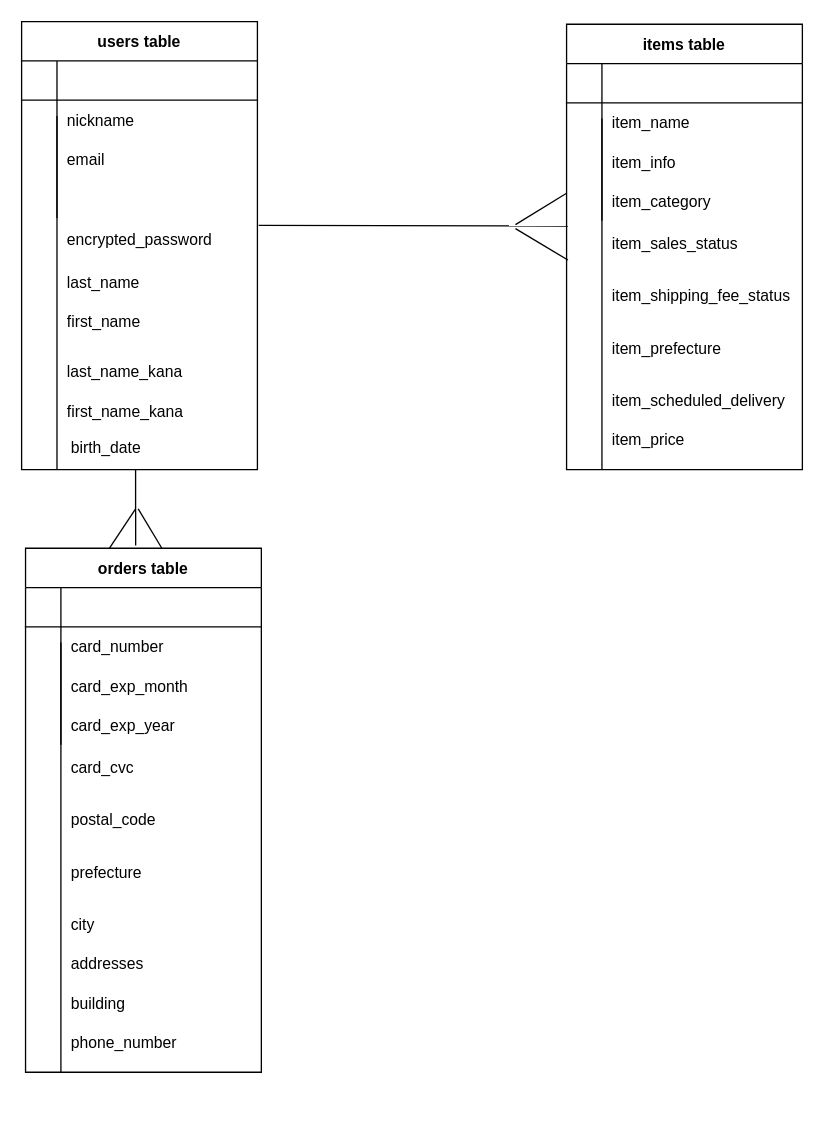
kijiyaippei/furima-37545 keeps this draw.io diagram as ER_furima.dio. Above is the earlier version. Source tidied: cells renumbered, new cells numbered last; positions are measured from the earlier drawing's top-left corner, leaving out a move shared by most shapes. Both pictures are drawn from the tidied source at 131%, with x=0, y=0 at pixel (21, 21).
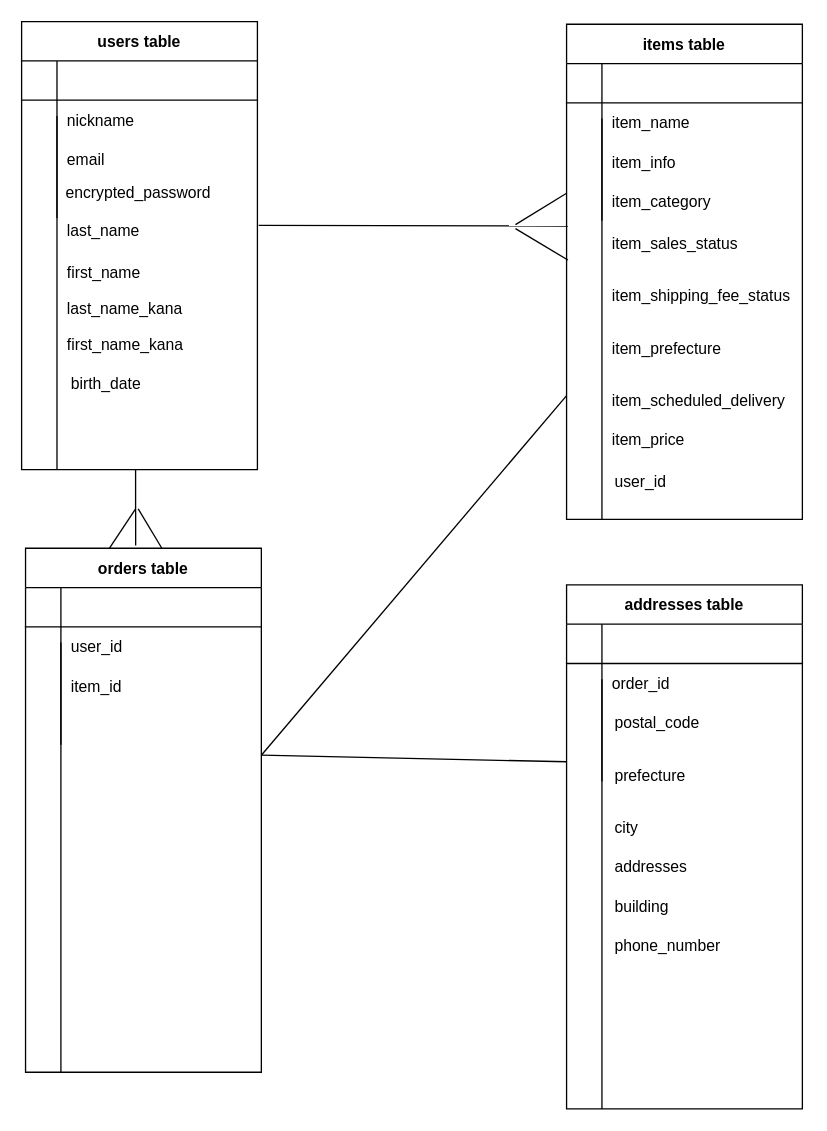
The same diagram, later.

Commit message (it also covers changes not shown here):
データベース設計7

Unchanged cells that the change refers to:
```xml
<mxCell id="43" style="shape=partialRectangle;fillColor=none;top=0;left=0;bottom=0;right=0;" parent="39" vertex="1">
  <mxGeometry y="60" width="180" height="30" as="geometry" />
</mxCell>
<mxCell id="46" style="shape=partialRectangle;fillColor=none;top=0;left=0;bottom=0;right=0;" parent="39" vertex="1">
  <mxGeometry y="90" width="180" height="30" as="geometry" />
</mxCell>
<mxCell id="49" style="shape=partialRectangle;fillColor=none;top=0;left=0;bottom=0;right=0;" parent="39" vertex="1">
  <mxGeometry y="120" width="180" height="30" as="geometry" />
</mxCell>
```

Change to the diagram source:
```diff
@@
     <mxCell id="15" value="last_name" style="shape=partialRectangle;fillColor=none;top=0;left=0;bottom=0;right=0;align=left;spacingLeft=6;overflow=hidden;" parent="1" vertex="1">
-      <mxGeometry x="27" y="184" width="153" height="30" as="geometry" />
+      <mxGeometry x="27" y="144" width="153" height="30" as="geometry" />
     </mxCell>
@@
     <mxCell id="17" value="first_name" style="shape=partialRectangle;fillColor=none;top=0;left=0;bottom=0;right=0;align=left;spacingLeft=6;overflow=hidden;" parent="1" vertex="1">
-      <mxGeometry x="27" y="214" width="153" height="30" as="geometry" />
+      <mxGeometry x="27" y="176" width="153" height="30" as="geometry" />
     </mxCell>
     <mxCell id="18" value="last_name_kana" style="shape=partialRectangle;fillColor=none;top=0;left=0;bottom=0;right=0;align=left;spacingLeft=6;overflow=hidden;" parent="1" vertex="1">
-      <mxGeometry x="27" y="252" width="153" height="30" as="geometry" />
+      <mxGeometry x="27" y="204" width="153" height="30" as="geometry" />
     </mxCell>
     <mxCell id="19" value="first_name_kana" style="shape=partialRectangle;fillColor=none;top=0;left=0;bottom=0;right=0;align=left;spacingLeft=6;overflow=hidden;" parent="1" vertex="1">
-      <mxGeometry x="27" y="282" width="153" height="30" as="geometry" />
+      <mxGeometry x="27" y="231" width="153" height="30" as="geometry" />
     </mxCell>
     <mxCell id="20" value="items table" style="shape=table;startSize=30;childLayout=tableLayout;rowLines=0;fontStyle=1;align=center;" parent="1" vertex="1">
-      <mxGeometry x="416" y="2" width="180" height="340" as="geometry" />
+      <mxGeometry x="416" y="2" width="180" height="378" as="geometry" />
     </mxCell>
@@
     <mxCell id="34" style="endArrow=none;html=1;rounded=0;" parent="1" edge="1">
       <mxGeometry relative="1" as="geometry">
         <mxPoint x="443" y="74" as="sourcePoint" />
-        <mxPoint x="443" y="342" as="targetPoint" />
+        <mxPoint x="443" y="380" as="targetPoint" />
       </mxGeometry>
     </mxCell>
@@
-    <mxCell id="45" value="card_number" style="shape=partialRectangle;fillColor=none;top=0;left=0;bottom=0;right=0;align=left;spacingLeft=6;overflow=hidden;" parent="43" vertex="1">
+    <mxCell id="45" value="user_id" style="shape=partialRectangle;fillColor=none;top=0;left=0;bottom=0;right=0;align=left;spacingLeft=6;overflow=hidden;" parent="43" vertex="1">
       <mxGeometry x="27" width="153" height="30" as="geometry" />
     </mxCell>
@@
-    <mxCell id="48" value="card_exp_month" style="shape=partialRectangle;fillColor=none;top=0;left=0;bottom=0;right=0;align=left;spacingLeft=6;overflow=hidden;" parent="46" vertex="1">
+    <mxCell id="48" value="item_id" style="shape=partialRectangle;fillColor=none;top=0;left=0;bottom=0;right=0;align=left;spacingLeft=6;overflow=hidden;" parent="46" vertex="1">
       <mxGeometry x="27" width="153" height="30" as="geometry" />
     </mxCell>
@@
-    <mxCell id="51" value="card_exp_year" style="shape=partialRectangle;fillColor=none;top=0;left=0;bottom=0;right=0;align=left;spacingLeft=6;overflow=hidden;" parent="49" vertex="1">
+    <mxCell id="51" style="shape=partialRectangle;fillColor=none;top=0;left=0;bottom=0;right=0;align=left;spacingLeft=6;overflow=hidden;" parent="49" vertex="1">
       <mxGeometry x="27" width="153" height="30" as="geometry" />
     </mxCell>
-    <mxCell id="52" value="card_cvc" style="shape=partialRectangle;fillColor=none;top=0;left=0;bottom=0;right=0;align=left;spacingLeft=6;overflow=hidden;" parent="1" vertex="1">
-      <mxGeometry x="30" y="554" width="153" height="30" as="geometry" />
-    </mxCell>
@@
     <mxCell id="54" value="postal_code" style="shape=partialRectangle;fillColor=none;top=0;left=0;bottom=0;right=0;align=left;spacingLeft=6;overflow=hidden;" parent="1" vertex="1">
-      <mxGeometry x="30" y="594" width="153" height="30" as="geometry" />
+      <mxGeometry x="445" y="520" width="153" height="30" as="geometry" />
     </mxCell>
     <mxCell id="55" value="prefecture" style="shape=partialRectangle;fillColor=none;top=0;left=0;bottom=0;right=0;align=left;spacingLeft=6;overflow=hidden;" parent="1" vertex="1">
-      <mxGeometry x="30" y="634" width="153" height="30" as="geometry" />
+      <mxGeometry x="445" y="560" width="153" height="30" as="geometry" />
     </mxCell>
     <mxCell id="56" value="city" style="shape=partialRectangle;fillColor=none;top=0;left=0;bottom=0;right=0;align=left;spacingLeft=6;overflow=hidden;" parent="1" vertex="1">
-      <mxGeometry x="30" y="674" width="153" height="30" as="geometry" />
+      <mxGeometry x="445" y="600" width="153" height="30" as="geometry" />
     </mxCell>
     <mxCell id="57" value="addresses" style="shape=partialRectangle;fillColor=none;top=0;left=0;bottom=0;right=0;align=left;spacingLeft=6;overflow=hidden;" parent="1" vertex="1">
-      <mxGeometry x="30" y="704" width="153" height="30" as="geometry" />
+      <mxGeometry x="445" y="630" width="153" height="30" as="geometry" />
     </mxCell>
     <mxCell id="58" value="building" style="shape=partialRectangle;fillColor=none;top=0;left=0;bottom=0;right=0;align=left;spacingLeft=6;overflow=hidden;" parent="1" vertex="1">
-      <mxGeometry x="30" y="734" width="153" height="30" as="geometry" />
+      <mxGeometry x="445" y="660" width="153" height="30" as="geometry" />
     </mxCell>
     <mxCell id="59" value="phone_number" style="shape=partialRectangle;fillColor=none;top=0;left=0;bottom=0;right=0;align=left;spacingLeft=6;overflow=hidden;" parent="1" vertex="1">
-      <mxGeometry x="30" y="764" width="153" height="30" as="geometry" />
+      <mxGeometry x="445" y="690" width="153" height="30" as="geometry" />
     </mxCell>
@@
     <mxCell id="66" value="encrypted_password" style="shape=partialRectangle;fillColor=none;top=0;left=0;bottom=0;right=0;align=left;spacingLeft=6;overflow=hidden;" parent="1" vertex="1">
-      <mxGeometry x="27" y="151" width="153" height="30" as="geometry" />
+      <mxGeometry x="26" y="115" width="153" height="30" as="geometry" />
     </mxCell>
     <mxCell id="67" value="birth_date" style="shape=partialRectangle;fillColor=none;top=0;left=0;bottom=0;right=0;align=left;spacingLeft=6;overflow=hidden;" parent="1" vertex="1">
-      <mxGeometry x="30" y="310" width="153" height="30" as="geometry" />
+      <mxGeometry x="30" y="261" width="153" height="30" as="geometry" />
     </mxCell>
+    <mxCell id="68" value="user_id" style="shape=partialRectangle;fillColor=none;top=0;left=0;bottom=0;right=0;align=left;spacingLeft=6;overflow=hidden;" parent="1" vertex="1">
+      <mxGeometry x="445" y="336" width="153" height="30" as="geometry" />
+    </mxCell>
+    <mxCell id="69" style="endArrow=none;html=1;rounded=0;entryX=0;entryY=0.75;entryDx=0;entryDy=0;" parent="1" edge="1" target="20">
+      <mxGeometry relative="1" as="geometry">
+        <mxPoint x="183" y="560" as="sourcePoint" />
+      </mxGeometry>
+    </mxCell>
+    <mxCell id="70" value="addresses table" style="shape=table;startSize=30;childLayout=tableLayout;rowLines=0;fontStyle=1;align=center;" parent="1" vertex="1">
+      <mxGeometry x="416" y="430" width="180" height="400" as="geometry" />
+    </mxCell>
+    <mxCell id="71" style="shape=partialRectangle;fillColor=none;top=0;left=0;bottom=1;right=0;" parent="70" vertex="1">
+      <mxGeometry y="30" width="180" height="30" as="geometry" />
+    </mxCell>
+    <mxCell id="72" style="shape=partialRectangle;fillColor=none;top=0;left=0;bottom=0;right=0;fontStyle=1;overflow=hidden;" parent="71" vertex="1">
+      <mxGeometry width="27" height="30" as="geometry" />
+    </mxCell>
+    <mxCell id="73" style="shape=partialRectangle;fillColor=none;top=0;left=0;bottom=0;right=0;align=left;spacingLeft=6;fontStyle=5;overflow=hidden;" parent="71" vertex="1">
+      <mxGeometry x="27" width="153" height="30" as="geometry" />
+    </mxCell>
+    <mxCell id="74" style="shape=partialRectangle;fillColor=none;top=0;left=0;bottom=0;right=0;" parent="70" vertex="1">
+      <mxGeometry y="60" width="180" height="30" as="geometry" />
+    </mxCell>
+    <mxCell id="75" style="shape=partialRectangle;fillColor=none;top=0;left=0;bottom=0;right=0;overflow=hidden;" parent="74" vertex="1">
+      <mxGeometry width="27" height="30" as="geometry" />
+    </mxCell>
+    <mxCell id="76" value="order_id" style="shape=partialRectangle;fillColor=none;top=0;left=0;bottom=0;right=0;align=left;spacingLeft=6;overflow=hidden;" parent="74" vertex="1">
+      <mxGeometry x="27" width="153" height="30" as="geometry" />
+    </mxCell>
+    <mxCell id="77" style="shape=partialRectangle;fillColor=none;top=0;left=0;bottom=0;right=0;" parent="70" vertex="1">
+      <mxGeometry y="90" width="180" height="30" as="geometry" />
+    </mxCell>
+    <mxCell id="78" style="shape=partialRectangle;fillColor=none;top=0;left=0;bottom=0;right=0;overflow=hidden;" parent="77" vertex="1">
+      <mxGeometry width="27" height="30" as="geometry" />
+    </mxCell>
+    <mxCell id="79" style="shape=partialRectangle;fillColor=none;top=0;left=0;bottom=0;right=0;align=left;spacingLeft=6;overflow=hidden;" parent="77" vertex="1">
+      <mxGeometry x="27" width="153" height="30" as="geometry" />
+    </mxCell>
+    <mxCell id="80" style="shape=partialRectangle;fillColor=none;top=0;left=0;bottom=0;right=0;points=[[0,0.5],[1,0.5]];portConstraint=eastwest;" parent="70" vertex="1">
+      <mxGeometry y="120" width="180" height="30" as="geometry" />
+    </mxCell>
+    <mxCell id="81" style="shape=partialRectangle;fillColor=none;top=0;left=0;bottom=0;right=0;overflow=hidden;" parent="80" vertex="1">
+      <mxGeometry width="27" height="30" as="geometry" />
+    </mxCell>
+    <mxCell id="82" style="shape=partialRectangle;fillColor=none;top=0;left=0;bottom=0;right=0;align=left;spacingLeft=6;overflow=hidden;" parent="80" vertex="1">
+      <mxGeometry x="27" width="153" height="30" as="geometry" />
+    </mxCell>
+    <mxCell id="83" style="endArrow=none;html=1;rounded=0;" parent="1" edge="1">
+      <mxGeometry relative="1" as="geometry">
+        <mxPoint x="443" y="502" as="sourcePoint" />
+        <mxPoint x="443" y="830" as="targetPoint" />
+      </mxGeometry>
+    </mxCell>
+    <mxCell id="84" style="endArrow=none;html=1;rounded=0;entryX=0;entryY=0.5;entryDx=0;entryDy=0;" parent="1" edge="1" target="80">
+      <mxGeometry relative="1" as="geometry">
+        <mxPoint x="183" y="560" as="sourcePoint" />
+      </mxGeometry>
+    </mxCell>
```
